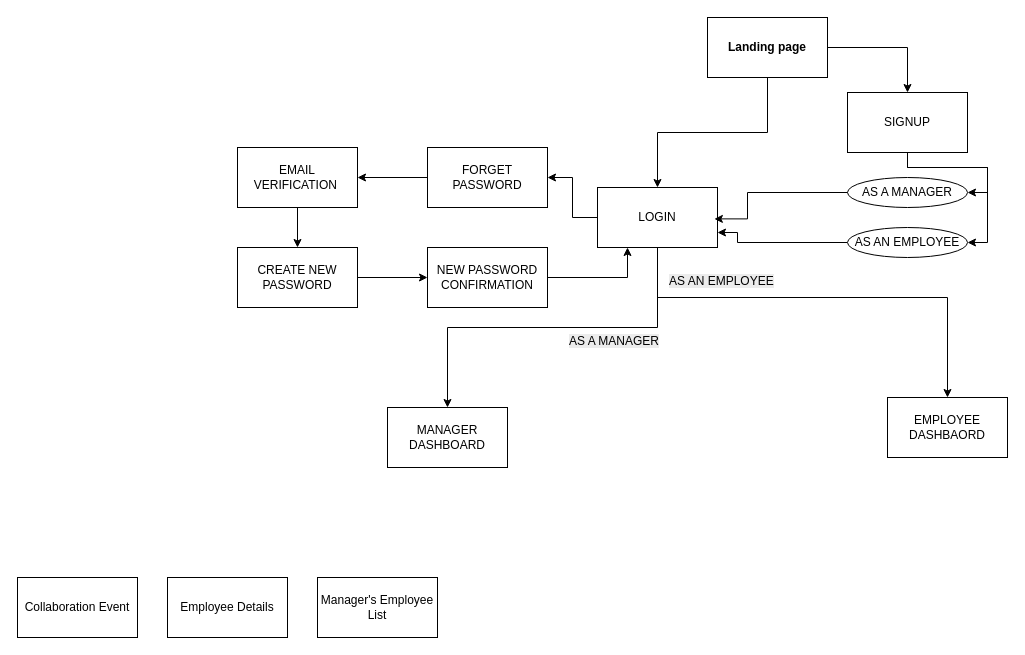
Before: CSE442.drawio in sujaldeshmukh1012/DrawIO, a draw.io diagram. Source tidied: cells renumbered, new cells numbered last; positions are measured from the earlier drawing's top-left corner, leaving out a move shared by most shapes. Both pictures are drawn from the tidied source at 100%, with x=0, y=0 at pixel (17, 17).
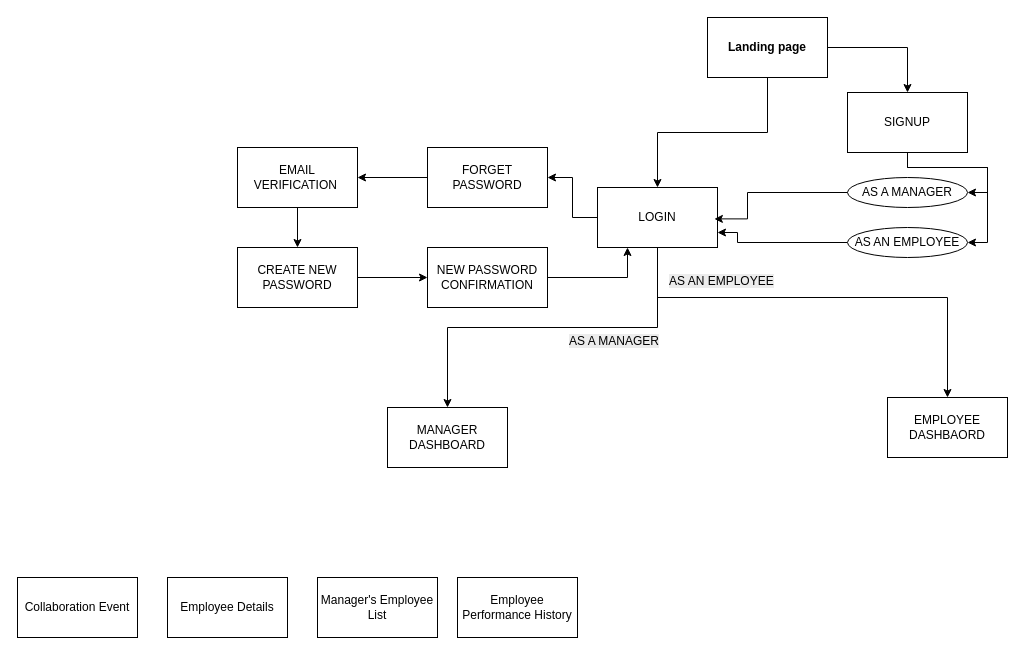
Above is the later version.

Diff of the diagram source:
```diff
@@
+    <mxCell id="31" value="Employee Performance History" style="rounded=0;whiteSpace=wrap;html=1;" parent="1" vertex="1">
+      <mxGeometry x="440" y="560" width="120" height="60" as="geometry" />
+    </mxCell>
```
